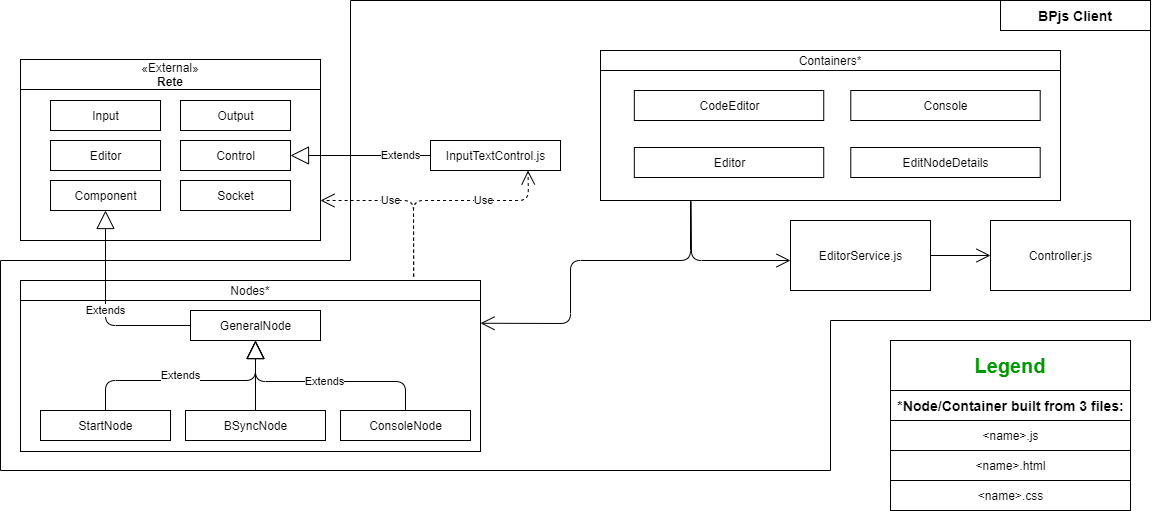
Before: documentation/Client Class Diagram.png, a diagram exported from draw.io (shirmarko/bpFlowApp). Source tidied: cells renumbered, new cells last; positions are measured from the earlier drawing's top-left corner, leaving out a move shared by most shapes.
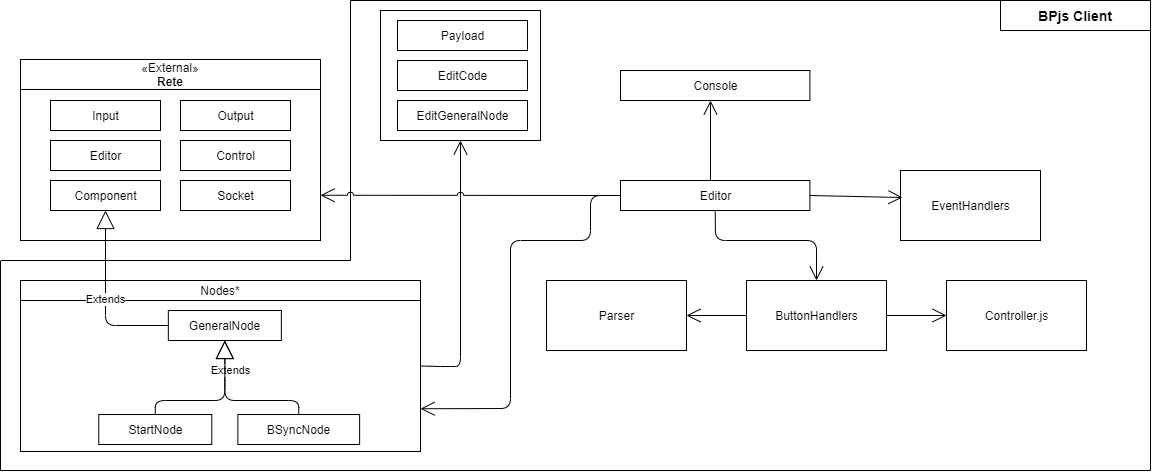
Later version of the same file.

Change to the diagram source:
```diff
@@ -2,78 +2,50 @@
   <root>
     <mxCell id="0" />
     <mxCell id="1" parent="0" />
-    <mxCell id="2" value="EditorService.js" style="html=1;" parent="1" vertex="1">
-      <mxGeometry x="790" y="220" width="140" height="70" as="geometry" />
+    <mxCell id="2" value="Parser" style="html=1;" parent="1" vertex="1">
+      <mxGeometry x="546" y="280" width="140" height="70" as="geometry" />
     </mxCell>
     <mxCell id="3" value="Controller.js" style="html=1;" parent="1" vertex="1">
-      <mxGeometry x="990" y="220" width="140" height="70" as="geometry" />
+      <mxGeometry x="946" y="280" width="140" height="70" as="geometry" />
     </mxCell>
     <mxCell id="4" value="&lt;b&gt;&lt;font style=&quot;font-size: 14px&quot;&gt;BPjs Client&lt;/font&gt;&lt;/b&gt;" style="rounded=0;whiteSpace=wrap;html=1;fillColor=none;" parent="1" vertex="1">
       <mxGeometry x="1000" width="150" height="30" as="geometry" />
     </mxCell>
-    <mxCell id="5" value="InputTextControl.js" style="html=1;" parent="1" vertex="1">
-      <mxGeometry x="430" y="140" width="130" height="30" as="geometry" />
-    </mxCell>
-    <mxCell id="6" style="group;" parent="1" vertex="1">
-      <mxGeometry x="600" y="50" width="460" height="150" as="geometry" />
-    </mxCell>
-    <mxCell id="7" style="rounded=0;whiteSpace=wrap;html=1;" parent="6" vertex="1">
-      <mxGeometry width="460" height="150" as="geometry" />
-    </mxCell>
-    <mxCell id="8" value="Containers*" style="rounded=0;whiteSpace=wrap;html=1;" parent="6" vertex="1">
-      <mxGeometry width="460" height="20" as="geometry" />
-    </mxCell>
-    <mxCell id="9" value="Console" style="html=1;" parent="6" vertex="1">
-      <mxGeometry x="250.3" y="40" width="189.4" height="30" as="geometry" />
-    </mxCell>
-    <mxCell id="10" value="CodeEditor" style="html=1;" parent="6" vertex="1">
-      <mxGeometry x="33.8" y="40" width="189.4" height="30" as="geometry" />
-    </mxCell>
-    <mxCell id="11" value="EditNodeDetails" style="html=1;" parent="6" vertex="1">
-      <mxGeometry x="250.3" y="97" width="189.4" height="30" as="geometry" />
-    </mxCell>
-    <mxCell id="12" value="Editor" style="html=1;" parent="6" vertex="1">
-      <mxGeometry x="33.8" y="97" width="189.4" height="30" as="geometry" />
-    </mxCell>
     <mxCell id="13" style="group;" parent="1" vertex="1">
-      <mxGeometry x="20" y="280" width="460" height="171" as="geometry" />
+      <mxGeometry x="20" y="280" width="400" height="171" as="geometry" />
     </mxCell>
     <mxCell id="14" style="rounded=0;whiteSpace=wrap;html=1;" parent="13" vertex="1">
-      <mxGeometry width="460" height="171" as="geometry" />
+      <mxGeometry width="400" height="171" as="geometry" />
     </mxCell>
     <mxCell id="15" value="StartNode" style="html=1;" parent="13" vertex="1">
-      <mxGeometry x="20" y="130" width="130" height="30" as="geometry" />
+      <mxGeometry x="78.3" y="134" width="113" height="30" as="geometry" />
     </mxCell>
     <mxCell id="16" value="BSyncNode" style="html=1;" parent="13" vertex="1">
-      <mxGeometry x="165" y="130" width="140" height="30" as="geometry" />
+      <mxGeometry x="217.4" y="134" width="121.7" height="30" as="geometry" />
     </mxCell>
     <mxCell id="17" value="GeneralNode" style="html=1;" parent="13" vertex="1">
-      <mxGeometry x="170" y="30" width="130" height="30" as="geometry" />
+      <mxGeometry x="147.8" y="30" width="113" height="30" as="geometry" />
     </mxCell>
     <mxCell id="18" value="Extends" style="endArrow=block;endSize=16;endFill=0;html=1;entryX=0.5;entryY=1;entryDx=0;entryDy=0;exitX=0.5;exitY=0;exitDx=0;exitDy=0;" parent="13" edge="1" source="15" target="17">
-      <mxGeometry x="-220" y="620" as="geometry">
+      <mxGeometry as="geometry">
         <Array as="points">
-          <mxPoint x="85" y="100" />
-          <mxPoint x="235" y="100" />
+          <mxPoint x="134.8" y="120" />
+          <mxPoint x="204.3" y="120" />
+          <mxPoint x="204.3" y="100" />
         </Array>
+        <mxPoint x="40" y="-7" as="offset" />
       </mxGeometry>
     </mxCell>
     <mxCell id="19" value="Nodes*" style="rounded=0;whiteSpace=wrap;html=1;" parent="13" vertex="1">
-      <mxGeometry width="460" height="20" as="geometry" />
+      <mxGeometry width="400" height="20" as="geometry" />
     </mxCell>
-    <mxCell id="20" value="ConsoleNode" style="html=1;" parent="13" vertex="1">
-      <mxGeometry x="320" y="130" width="130" height="30" as="geometry" />
-    </mxCell>
-    <mxCell id="21" value="Extends" style="endArrow=block;endSize=16;endFill=0;html=1;entryX=0.5;entryY=1;entryDx=0;entryDy=0;exitX=0.5;exitY=0;exitDx=0;exitDy=0;" parent="13" edge="1" source="20" target="17">
-      <mxGeometry relative="1" as="geometry">
-        <Array as="points">
-          <mxPoint x="385" y="101" />
-          <mxPoint x="235" y="101" />
-        </Array>
-      </mxGeometry>
-    </mxCell>
     <mxCell id="22" style="endArrow=block;endSize=16;endFill=0;html=1;entryX=0.5;entryY=1;entryDx=0;entryDy=0;exitX=0.5;exitY=0;exitDx=0;exitDy=0;" parent="13" edge="1" source="16" target="17">
-      <mxGeometry x="0.38" y="160" relative="1" as="geometry" />
+      <mxGeometry x="0.38" y="160" relative="1" as="geometry">
+        <Array as="points">
+          <mxPoint x="278.3" y="120" />
+          <mxPoint x="204.3" y="120" />
+        </Array>
+      </mxGeometry>
     </mxCell>
     <mxCell id="23" style="rounded=0;whiteSpace=wrap;html=1;" parent="1" vertex="1">
       <mxGeometry x="20" y="59" width="300" height="181" as="geometry" />
@@ -102,17 +74,6 @@
     <mxCell id="31" value="Component" style="html=1;" parent="24" vertex="1">
       <mxGeometry x="30" y="121" width="110" height="30" as="geometry" />
     </mxCell>
-    <mxCell id="32" style="endArrow=open;endFill=1;endSize=12;html=1;exitX=0.197;exitY=1.007;exitDx=0;exitDy=0;exitPerimeter=0;" parent="1" edge="1" source="7">
-      <mxGeometry relative="1" as="geometry">
-        <mxPoint x="790" y="260" as="targetPoint" />
-        <Array as="points">
-          <mxPoint x="691" y="260" />
-        </Array>
-      </mxGeometry>
-    </mxCell>
-    <mxCell id="33" value="Extends" style="endArrow=block;endSize=16;endFill=0;html=1;entryX=1;entryY=0.5;entryDx=0;entryDy=0;exitX=0;exitY=0.5;exitDx=0;exitDy=0;" parent="1" edge="1" source="5" target="29">
-      <mxGeometry x="-0.57" relative="1" as="geometry" />
-    </mxCell>
     <mxCell id="34" value="Extends" style="endArrow=block;endSize=16;endFill=0;html=1;entryX=0.5;entryY=1;entryDx=0;entryDy=0;exitX=0;exitY=0.5;exitDx=0;exitDy=0;" parent="1" edge="1" source="17" target="31">
       <mxGeometry relative="1" as="geometry">
         <Array as="points">
@@ -120,69 +81,6 @@
         </Array>
       </mxGeometry>
     </mxCell>
-    <mxCell id="35" value="Use" style="endArrow=open;endSize=12;dashed=1;html=1;" parent="1" edge="1">
-      <mxGeometry x="0.17" relative="1" as="geometry">
-        <mxPoint x="413" y="276" as="sourcePoint" />
-        <mxPoint x="320" y="200" as="targetPoint" />
-        <Array as="points">
-          <mxPoint x="413" y="200" />
-        </Array>
-      </mxGeometry>
-    </mxCell>
-    <mxCell id="36" style="endArrow=open;endFill=1;endSize=12;html=1;exitX=1;exitY=0.5;exitDx=0;exitDy=0;" parent="1" edge="1" source="2" target="3">
-      <mxGeometry relative="1" as="geometry" />
-    </mxCell>
-    <mxCell id="37" style="endArrow=open;endFill=1;endSize=12;html=1;entryX=1;entryY=0.25;entryDx=0;entryDy=0;" parent="1" edge="1" target="14">
-      <mxGeometry relative="1" as="geometry">
-        <mxPoint x="690" y="200" as="sourcePoint" />
-        <Array as="points">
-          <mxPoint x="690" y="260" />
-          <mxPoint x="570" y="260" />
-          <mxPoint x="570" y="323" />
-        </Array>
-      </mxGeometry>
-    </mxCell>
-    <mxCell id="38" style="endArrow=open;endSize=12;dashed=1;html=1;entryX=0.75;entryY=1;entryDx=0;entryDy=0;exitX=0.855;exitY=-0.183;exitDx=0;exitDy=0;exitPerimeter=0;" parent="1" edge="1" source="19" target="5">
-      <mxGeometry x="-1" y="-241" relative="1" as="geometry">
-        <Array as="points">
-          <mxPoint x="413" y="200" />
-          <mxPoint x="528" y="200" />
-        </Array>
-        <mxPoint x="-74" y="175" as="offset" />
-      </mxGeometry>
-    </mxCell>
-    <mxCell id="39" value="Use" style="edgeLabel;html=1;align=center;verticalAlign=middle;" parent="38" vertex="1">
-      <mxGeometry x="0.41" y="-2" relative="1" as="geometry">
-        <mxPoint x="-9.7" y="-3" as="offset" />
-      </mxGeometry>
-    </mxCell>
-    <mxCell id="40" style="group;" parent="1" vertex="1">
-      <mxGeometry x="890" y="340" width="240" height="170" as="geometry" />
-    </mxCell>
-    <mxCell id="41" style="rounded=0;whiteSpace=wrap;html=1;" parent="40" vertex="1">
-      <mxGeometry width="240" height="170" as="geometry" />
-    </mxCell>
-    <mxCell id="42" style="group;" parent="40" vertex="1">
-      <mxGeometry y="50" width="240" height="120" as="geometry" />
-    </mxCell>
-    <mxCell id="43" style="html=1;" parent="42" vertex="1">
-      <mxGeometry width="240" height="120" as="geometry" />
-    </mxCell>
-    <mxCell id="44" value="&lt;b&gt;&lt;font style=&quot;font-size: 14px&quot;&gt;*Node/Container built from 3 files:&lt;/font&gt;&lt;/b&gt;" style="html=1;" parent="42" vertex="1">
-      <mxGeometry width="240" height="30" as="geometry" />
-    </mxCell>
-    <mxCell id="45" value="&amp;lt;name&amp;gt;.js" style="html=1;" parent="42" vertex="1">
-      <mxGeometry y="30" width="240" height="30" as="geometry" />
-    </mxCell>
-    <mxCell id="46" value="&amp;lt;name&amp;gt;.html" style="html=1;" parent="42" vertex="1">
-      <mxGeometry y="60" width="240" height="30" as="geometry" />
-    </mxCell>
-    <mxCell id="47" value="&amp;lt;name&amp;gt;.css" style="html=1;" parent="42" vertex="1">
-      <mxGeometry y="90" width="240" height="30" as="geometry" />
-    </mxCell>
-    <mxCell id="48" value="&lt;font style=&quot;font-size: 20px&quot; color=&quot;#009900&quot;&gt;&lt;b&gt;Legend&lt;/b&gt;&lt;/font&gt;" style="text;html=1;strokeColor=none;fillColor=none;align=center;verticalAlign=middle;whiteSpace=wrap;rounded=0;" parent="40" vertex="1">
-      <mxGeometry x="100" y="15" width="40" height="20" as="geometry" />
-    </mxCell>
     <mxCell id="49" style="endArrow=none;html=1;entryX=0;entryY=0;entryDx=0;entryDy=0;" parent="1" edge="1" target="4">
       <mxGeometry relative="1" as="geometry">
         <mxPoint x="350" as="sourcePoint" />
@@ -202,32 +100,91 @@
     </mxCell>
     <mxCell id="52" style="endArrow=none;html=1;" parent="1" edge="1">
       <mxGeometry relative="1" as="geometry">
-        <mxPoint y="470" as="sourcePoint" />
-        <mxPoint y="260" as="targetPoint" />
+        <mxPoint y="470.5" as="sourcePoint" />
+        <mxPoint y="260.5" as="targetPoint" />
       </mxGeometry>
     </mxCell>
-    <mxCell id="53" style="endArrow=none;html=1;" parent="1" edge="1">
-      <mxGeometry relative="1" as="geometry">
-        <mxPoint y="470" as="sourcePoint" />
-        <mxPoint x="830" y="470" as="targetPoint" />
-      </mxGeometry>
-    </mxCell>
-    <mxCell id="54" style="endArrow=none;html=1;" parent="1" edge="1">
-      <mxGeometry relative="1" as="geometry">
-        <mxPoint x="830" y="470" as="sourcePoint" />
-        <mxPoint x="830" y="320" as="targetPoint" />
-      </mxGeometry>
-    </mxCell>
-    <mxCell id="55" style="endArrow=none;html=1;" parent="1" edge="1">
-      <mxGeometry relative="1" as="geometry">
-        <mxPoint x="830" y="320" as="sourcePoint" />
-        <mxPoint x="1150" y="320" as="targetPoint" />
-      </mxGeometry>
-    </mxCell>
     <mxCell id="56" style="endArrow=none;html=1;entryX=1;entryY=1;entryDx=0;entryDy=0;" parent="1" edge="1" target="4">
       <mxGeometry relative="1" as="geometry">
-        <mxPoint x="1150" y="320" as="sourcePoint" />
+        <mxPoint x="1150" y="470" as="sourcePoint" />
       </mxGeometry>
     </mxCell>
+    <mxCell id="9" value="Console" style="html=1;" parent="1" vertex="1">
+      <mxGeometry x="620" y="70" width="189.4" height="30" as="geometry" />
+    </mxCell>
+    <mxCell id="12" value="Editor" style="html=1;" parent="1" vertex="1">
+      <mxGeometry x="620" y="180" width="189.4" height="30" as="geometry" />
+    </mxCell>
+    <mxCell id="57" value="EventHandlers" style="html=1;" parent="1" vertex="1">
+      <mxGeometry x="900" y="170" width="140" height="70" as="geometry" />
+    </mxCell>
+    <mxCell id="58" value="ButtonHandlers" style="html=1;" parent="1" vertex="1">
+      <mxGeometry x="746" y="280" width="140" height="70" as="geometry" />
+    </mxCell>
+    <mxCell id="59" style="endArrow=open;endFill=1;endSize=12;html=1;exitX=1;exitY=0.5;exitDx=0;exitDy=0;entryX=0.5;entryY=1;entryDx=0;entryDy=0;" parent="1" edge="1" source="14" target="67">
+      <mxGeometry relative="1" as="geometry">
+        <Array as="points">
+          <mxPoint x="440" y="366" />
+          <mxPoint x="460" y="366" />
+        </Array>
+      </mxGeometry>
+    </mxCell>
+    <mxCell id="60" style="endArrow=open;endFill=1;endSize=12;html=1;exitX=0.5;exitY=1;exitDx=0;exitDy=0;entryX=0.5;entryY=0;entryDx=0;entryDy=0;" parent="1" edge="1" source="12" target="58">
+      <mxGeometry relative="1" as="geometry">
+        <Array as="points">
+          <mxPoint x="715" y="240" />
+          <mxPoint x="816" y="240" />
+        </Array>
+      </mxGeometry>
+    </mxCell>
+    <mxCell id="61" style="endArrow=open;endFill=1;endSize=12;html=1;exitX=0;exitY=0.5;exitDx=0;exitDy=0;entryX=1;entryY=0.5;entryDx=0;entryDy=0;" parent="1" edge="1" source="58" target="2">
+      <mxGeometry relative="1" as="geometry" />
+    </mxCell>
+    <mxCell id="62" style="endArrow=open;endFill=1;endSize=12;html=1;exitX=1;exitY=0.5;exitDx=0;exitDy=0;entryX=0;entryY=0.5;entryDx=0;entryDy=0;" parent="1" edge="1" source="58" target="3">
+      <mxGeometry relative="1" as="geometry" />
+    </mxCell>
+    <mxCell id="63" style="endArrow=open;endFill=1;endSize=12;html=1;exitX=1;exitY=0.5;exitDx=0;exitDy=0;entryX=0.014;entryY=0.386;entryDx=0;entryDy=0;entryPerimeter=0;" parent="1" edge="1" source="12" target="57">
+      <mxGeometry relative="1" as="geometry" />
+    </mxCell>
+    <mxCell id="64" style="endArrow=open;endFill=1;endSize=12;html=1;" parent="1" edge="1">
+      <mxGeometry relative="1" as="geometry">
+        <mxPoint x="710" y="180" as="sourcePoint" />
+        <mxPoint x="710" y="100" as="targetPoint" />
+      </mxGeometry>
+    </mxCell>
+    <mxCell id="65" style="endArrow=open;endFill=1;endSize=12;html=1;exitX=0;exitY=0.5;exitDx=0;exitDy=0;entryX=1;entryY=0.75;entryDx=0;entryDy=0;" parent="1" edge="1" source="12" target="14">
+      <mxGeometry relative="1" as="geometry">
+        <Array as="points">
+          <mxPoint x="590" y="195" />
+          <mxPoint x="590" y="240" />
+          <mxPoint x="510" y="240" />
+          <mxPoint x="510" y="408" />
+        </Array>
+      </mxGeometry>
+    </mxCell>
+    <mxCell id="66" style="group;" parent="1" vertex="1">
+      <mxGeometry x="380" y="10" width="160" height="130" as="geometry" />
+    </mxCell>
+    <mxCell id="67" style="rounded=0;whiteSpace=wrap;html=1;" parent="66" vertex="1">
+      <mxGeometry width="160" height="130" as="geometry" />
+    </mxCell>
+    <mxCell id="68" value="Payload" style="html=1;" parent="66" vertex="1">
+      <mxGeometry x="17" y="10" width="130" height="30" as="geometry" />
+    </mxCell>
+    <mxCell id="69" value="EditCode" style="html=1;" parent="66" vertex="1">
+      <mxGeometry x="17" y="50" width="130" height="30" as="geometry" />
+    </mxCell>
+    <mxCell id="70" value="EditGeneralNode" style="html=1;" parent="66" vertex="1">
+      <mxGeometry x="17" y="90" width="130" height="30" as="geometry" />
+    </mxCell>
+    <mxCell id="71" style="endArrow=open;endFill=1;endSize=12;html=1;exitX=0;exitY=0.5;exitDx=0;exitDy=0;entryX=1;entryY=0.75;entryDx=0;entryDy=0;jumpStyle=arc;" parent="1" edge="1" source="12" target="23">
+      <mxGeometry relative="1" as="geometry" />
+    </mxCell>
+    <mxCell id="72" style="endArrow=none;html=1;" parent="1" edge="1">
+      <mxGeometry relative="1" as="geometry">
+        <mxPoint y="470" as="sourcePoint" />
+        <mxPoint x="1150" y="470" as="targetPoint" />
+      </mxGeometry>
+    </mxCell>
   </root>
 </mxGraphModel>
```
